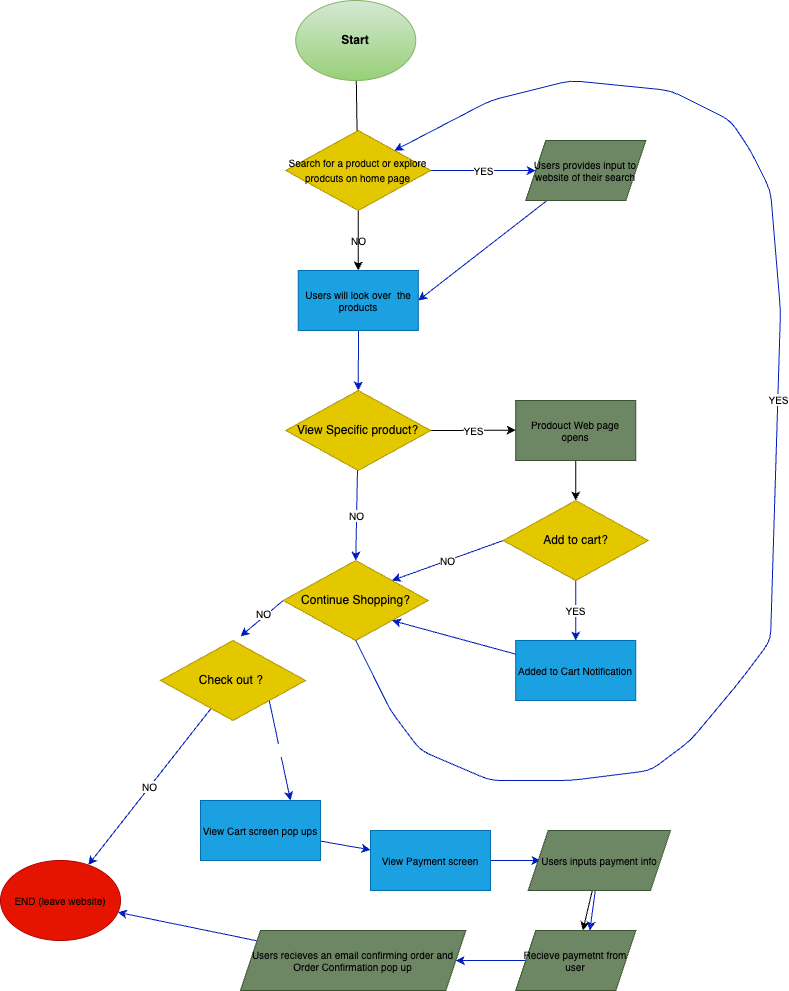
This is explore/diagramming/diagram.drawio.png from ulises0516/sp24-cse110-lab4-, a draw.io export, as it was before one commit. Source tidied: cells renumbered, new cells last; positions are measured from the earlier drawing's top-left corner, leaving out a move shared by most shapes.
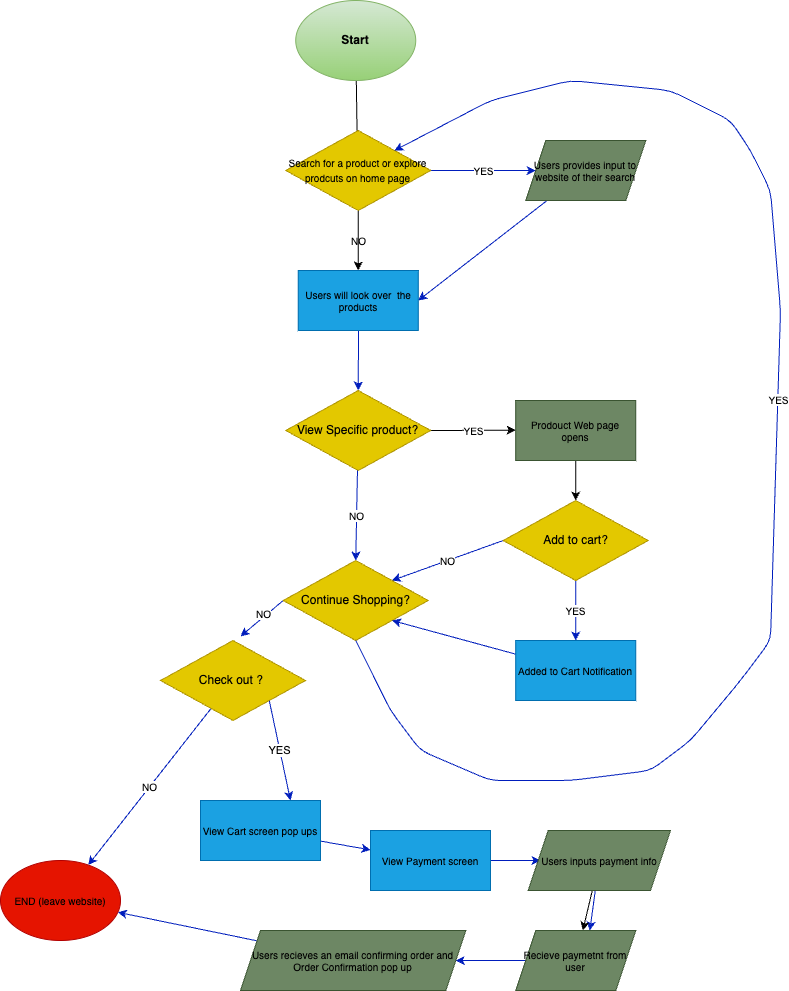
Later version of the same file.

Diff of the diagram source:
```diff
@@ -82,7 +82,7 @@
     <mxCell id="25" value="NO" style="edgeStyle=none;html=1;fontSize=10;fillColor=#0050ef;strokeColor=#001DBC;" parent="1" edge="1" source="27" target="30">
       <mxGeometry relative="1" as="geometry" />
     </mxCell>
-    <mxCell id="26" value="YES&lt;br&gt;" style="edgeStyle=none;html=1;exitX=1;exitY=1;exitDx=0;exitDy=0;entryX=0.75;entryY=0;entryDx=0;entryDy=0;fontColor=#FFFFFF;fillColor=#0050ef;strokeColor=#001DBC;" parent="1" edge="1" source="27" target="32">
+    <mxCell id="26" value="&lt;font color=&quot;#000000&quot;&gt;YES&lt;/font&gt;" style="edgeStyle=none;html=1;exitX=1;exitY=1;exitDx=0;exitDy=0;entryX=0.75;entryY=0;entryDx=0;entryDy=0;fontColor=#FFFFFF;fillColor=#0050ef;strokeColor=#001DBC;" parent="1" edge="1" source="27" target="32">
       <mxGeometry relative="1" as="geometry" />
     </mxCell>
     <mxCell id="27" value="Check out ?&amp;nbsp;" style="rhombus;whiteSpace=wrap;html=1;rotation=0;fillColor=#e3c800;fontColor=#000000;strokeColor=#B09500;" parent="1" vertex="1">
```
